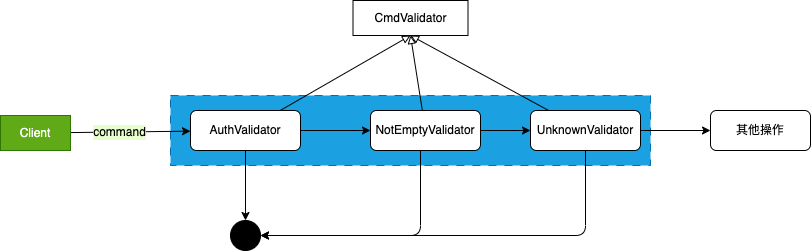
mg0324/my-res keeps this draw.io diagram as dp/chain.drawio.png. Above is the earlier version. Source tidied: cells renumbered, new cells last; positions are measured from the earlier drawing's top-left corner, leaving out a move shared by most shapes.
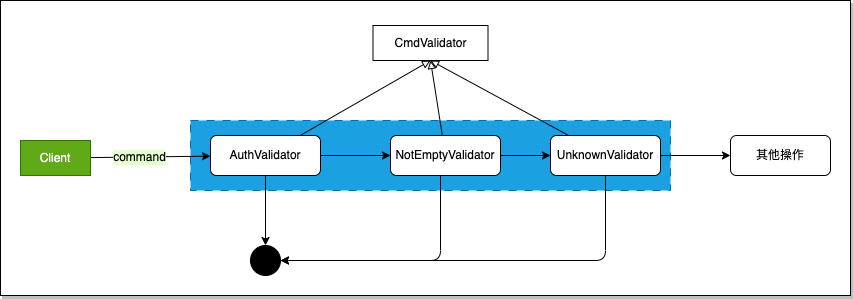
The same diagram one commit later.

What changed in the source:
```diff
@@ -2,6 +2,9 @@
   <root>
     <mxCell id="0" />
     <mxCell id="1" parent="0" />
+    <mxCell id="21" style="rounded=0;whiteSpace=wrap;html=1;labelBackgroundColor=#E6FFCC;fontSize=12;strokeColor=default;glass=0;shadow=1;" parent="1" vertex="1">
+      <mxGeometry x="-20" y="-25" width="850" height="295" as="geometry" />
+    </mxCell>
     <mxCell id="2" style="rounded=0;whiteSpace=wrap;html=1;fontSize=12;fontColor=#ffffff;dashed=1;dashPattern=8 8;fillColor=#1ba1e2;strokeColor=#006EAF;" parent="1" vertex="1">
       <mxGeometry x="170" y="95" width="480" height="70" as="geometry" />
     </mxCell>
```
